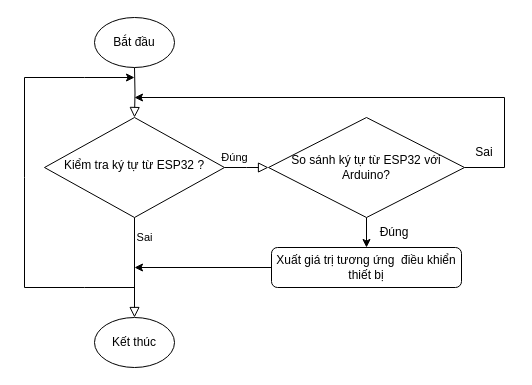
Above: ESP32_Arduino.drawio in imvietp/Final_Thesis (draw.io), before the change. Source tidied: cells renumbered, new cells numbered last; positions are measured from the earlier drawing's top-left corner, leaving out a move shared by most shapes. Both pictures are drawn from the tidied source at 100%, with x=0, y=0 at pixel (24, 17).
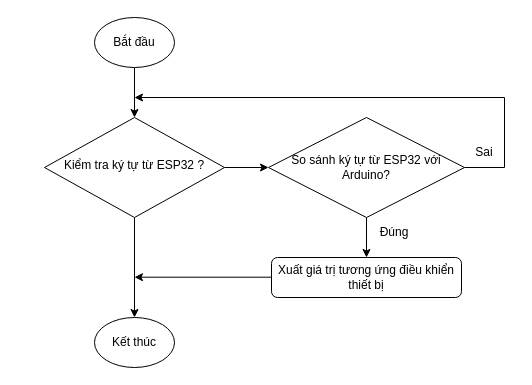
After the change.

The change refers to these unchanged cells:
```xml
<mxCell id="5" value="Kiểm tra ký tự từ ESP32 ?" style="rhombus;whiteSpace=wrap;html=1;shadow=0;fontFamily=Helvetica;fontSize=12;align=center;strokeWidth=1;spacing=6;spacingTop=-4;" parent="1" vertex="1">
  <mxGeometry x="20" y="100" width="180" height="100" as="geometry" />
</mxCell>
<mxCell id="8" value="Kết thúc" style="ellipse;whiteSpace=wrap;html=1;" parent="1" vertex="1">
  <mxGeometry x="70" y="300" width="80" height="50" as="geometry" />
</mxCell>
<mxCell id="10" value="Bắt đầu" style="ellipse;whiteSpace=wrap;html=1;" parent="1" vertex="1">
  <mxGeometry x="70" width="80" height="50" as="geometry" />
</mxCell>
<mxCell id="13" value="So sánh ký tự từ ESP32 với Arduino?" style="rhombus;whiteSpace=wrap;html=1;" parent="1" vertex="1">
  <mxGeometry x="244" y="100" width="196" height="100" as="geometry" />
</mxCell>
```

Diff of the diagram source:
```diff
@@
-    <mxCell id="2" style="rounded=0;html=1;jettySize=auto;fontSize=11;endArrow=block;endFill=0;endSize=8;strokeWidth=1;shadow=0;labelBackgroundColor=none;edgeStyle=orthogonalEdgeStyle;" parent="1" edge="1" target="5">
-      <mxGeometry relative="1" as="geometry">
-        <mxPoint x="110" y="50" as="sourcePoint" />
-      </mxGeometry>
-    </mxCell>
+    <mxCell id="16" style="edgeStyle=orthogonalEdgeStyle;rounded=0;jettySize=auto;html=1;" parent="1" edge="1" source="5" target="13">
+      <mxGeometry relative="1" as="geometry" />
+    </mxCell>
-    <mxCell id="3" value="Đúng" style="rounded=0;html=1;jettySize=auto;fontSize=11;endArrow=block;endFill=0;endSize=8;strokeWidth=1;shadow=0;labelBackgroundColor=none;edgeStyle=orthogonalEdgeStyle;entryX=0.5;entryY=0;entryDx=0;entryDy=0;" parent="1" edge="1" source="5" target="8">
-      <mxGeometry x="-1" y="117" relative="1" as="geometry">
-        <mxPoint x="-17" y="-60" as="offset" />
-      </mxGeometry>
+    <mxCell id="3" style="edgeStyle=orthogonalEdgeStyle;rounded=0;jettySize=auto;html=1;" parent="1" edge="1" source="5" target="8">
+      <mxGeometry relative="1" as="geometry" />
     </mxCell>
-    <mxCell id="4" value="Sai" style="edgeStyle=orthogonalEdgeStyle;rounded=0;html=1;jettySize=auto;fontSize=11;endArrow=block;endFill=0;endSize=8;strokeWidth=1;shadow=0;labelBackgroundColor=none;" parent="1" edge="1" source="5">
-      <mxGeometry x="-1" y="-106" relative="1" as="geometry">
-        <mxPoint x="244" y="150" as="targetPoint" />
-        <mxPoint x="-80" y="-36" as="offset" />
-      </mxGeometry>
-    </mxCell>
@@
-    <mxCell id="6" style="edgeStyle=orthogonalEdgeStyle;rounded=0;jettySize=auto;html=1;" parent="1" edge="1" source="7">
+    <mxCell id="6" style="edgeStyle=orthogonalEdgeStyle;rounded=0;orthogonalLoop=1;jettySize=auto;html=1;" parent="1" edge="1">
       <mxGeometry relative="1" as="geometry">
-        <mxPoint x="110" y="250" as="targetPoint" />
+        <mxPoint x="247" y="259.7" as="sourcePoint" />
+        <mxPoint x="110" y="259.7" as="targetPoint" />
         <Array as="points">
-          <mxPoint x="110" y="250" />
+          <mxPoint x="110" y="259.7" />
         </Array>
       </mxGeometry>
     </mxCell>
-    <mxCell id="7" value="Xuất giá trị tương ứng&amp;nbsp; điều khiển thiết bị" style="rounded=1;whiteSpace=wrap;html=1;fontSize=12;glass=0;strokeWidth=1;shadow=0;" parent="1" vertex="1">
-      <mxGeometry x="247" y="230" width="190" height="40" as="geometry" />
+    <mxCell id="7" value="Xuất giá trị tương ứng điều khiển thiết bị" style="rounded=1;whiteSpace=wrap;html=1;fontSize=12;glass=0;strokeWidth=1;shadow=0;" parent="1" vertex="1">
+      <mxGeometry x="247" y="240" width="190" height="40" as="geometry" />
     </mxCell>
@@
-    <mxCell id="9" style="endArrow=classic;html=1;rounded=0;" parent="1" edge="1">
-      <mxGeometry relative="1" as="geometry">
-        <mxPoint x="110" y="270" as="sourcePoint" />
-        <mxPoint x="110" y="60" as="targetPoint" />
-        <Array as="points">
-          <mxPoint x="60" y="270" />
-          <mxPoint y="270" />
-          <mxPoint y="160" />
-          <mxPoint y="60" />
-          <mxPoint x="60" y="60" />
-        </Array>
-      </mxGeometry>
-    </mxCell>
+    <mxCell id="17" style="edgeStyle=orthogonalEdgeStyle;rounded=0;jettySize=auto;html=1;" parent="1" edge="1" source="10" target="5">
+      <mxGeometry relative="1" as="geometry" />
+    </mxCell>
```
